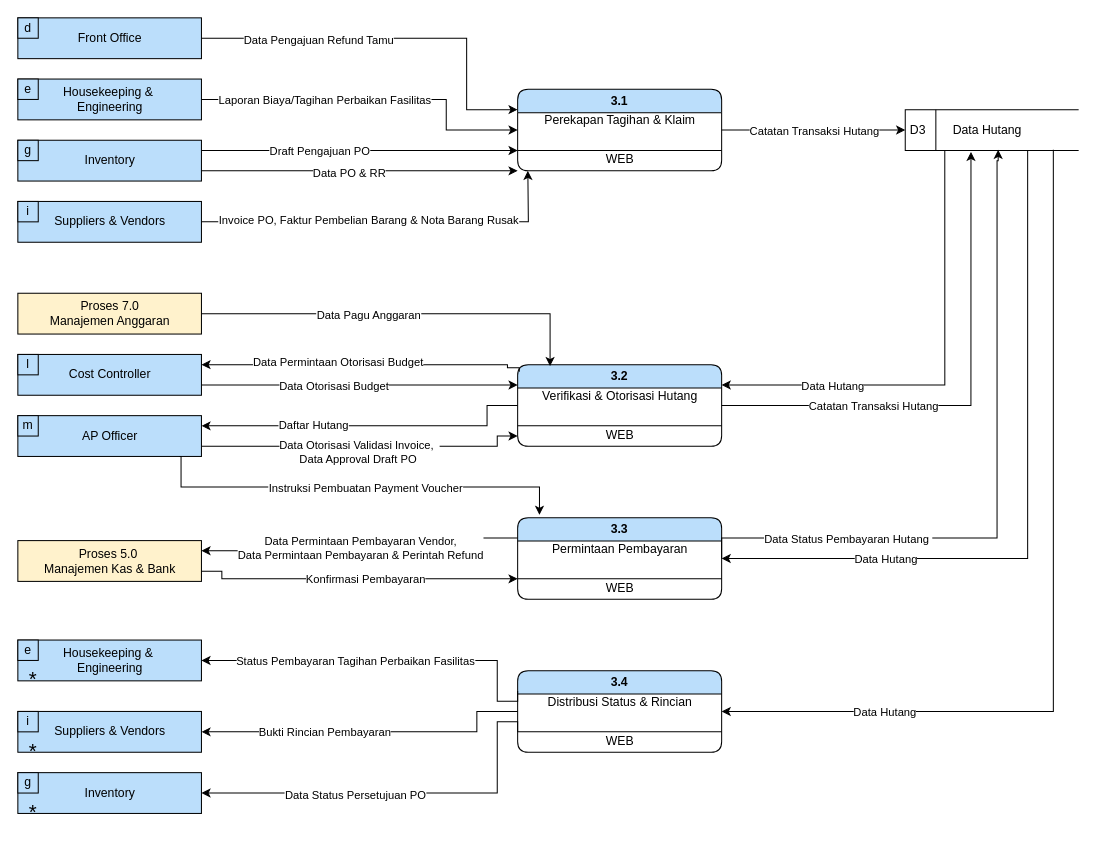
Above: page "DFD LVL 1-Hutang" (13 of 14) of DFD-FINANCE-MARU.drawio in elikawicaksana/BuildIT_BasisData (draw.io), before the change. Source tidied: cells renumbered, new cells numbered last; positions are measured from the earlier drawing's top-left corner, leaving out a move shared by most shapes. Both pictures are drawn from the tidied source at 102%, with x=0, y=0 at pixel (17, 17).
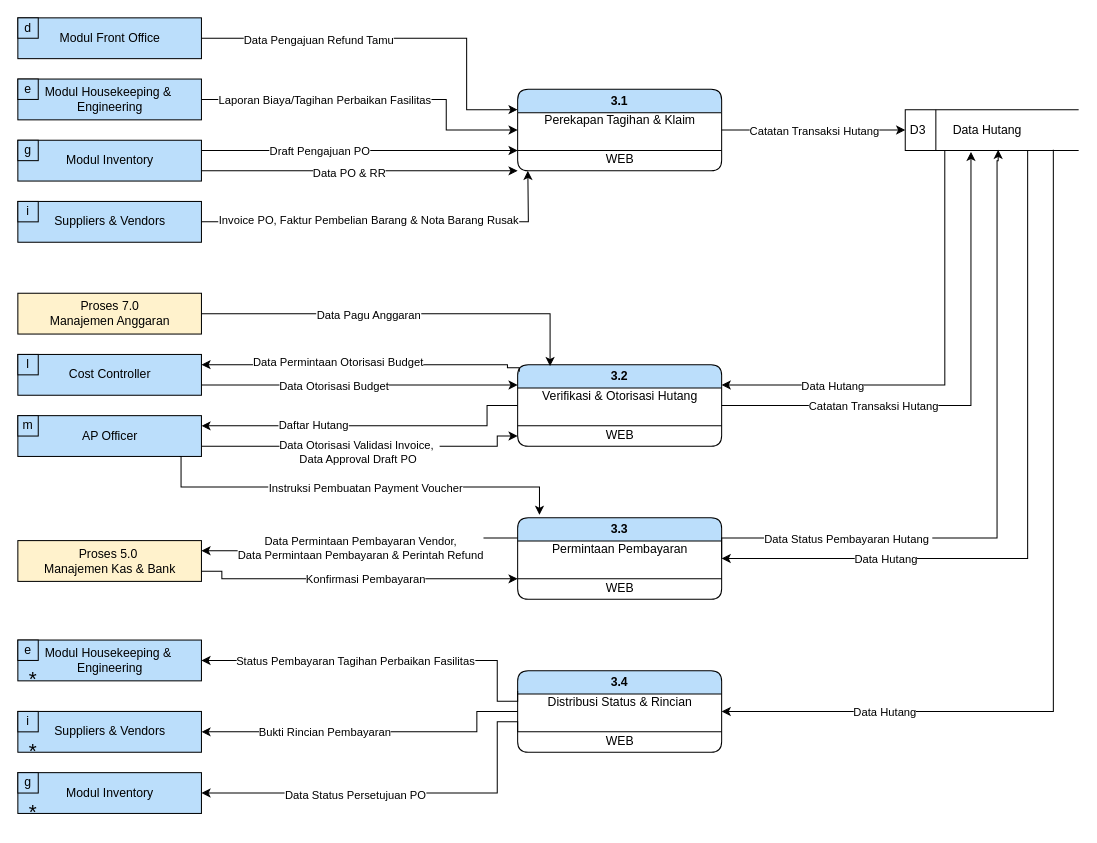
The same page after the edit.

Unchanged cells that the change refers to:
```xml
<mxCell id="22" style="group;" parent="1" vertex="1">
  <mxGeometry x="30" y="120" width="150" height="40" as="geometry" />
</mxCell>
<mxCell id="26" style="group;" parent="1" vertex="1">
  <mxGeometry x="30" width="150" height="40" as="geometry" />
</mxCell>
<mxCell id="30" style="group;" parent="1" vertex="1">
  <mxGeometry x="30" y="60" width="150" height="40" as="geometry" />
</mxCell>
<mxCell id="88" style="group;" parent="1" vertex="1">
  <mxGeometry x="30" y="610" width="150" height="40" as="geometry" />
</mxCell>
<mxCell id="107" style="group;" parent="106" vertex="1">
  <mxGeometry x="30" width="150" height="40" as="geometry" />
</mxCell>
```

Diff of the diagram source:
```diff
@@
-    <mxCell id="24" value="Inventory" style="text;html=1;align=center;verticalAlign=middle;strokeColor=none;fillColor=none;" parent="22" vertex="1">
-      <mxGeometry x="25" y="5" width="70" height="30" as="geometry" />
+    <mxCell id="24" value="Modul Inventory" style="text;html=1;align=center;verticalAlign=middle;strokeColor=none;fillColor=none;" parent="22" vertex="1">
+      <mxGeometry x="5" y="5" width="110" height="30" as="geometry" />
     </mxCell>
@@
-    <mxCell id="28" value="Front Office" style="text;html=1;align=center;verticalAlign=middle;strokeColor=none;fillColor=none;" parent="26" vertex="1">
-      <mxGeometry x="15" y="5" width="90" height="30" as="geometry" />
+    <mxCell id="28" value="Modul Front Office" style="text;html=1;align=center;verticalAlign=middle;strokeColor=none;fillColor=none;" parent="26" vertex="1">
+      <mxGeometry y="5" width="120" height="30" as="geometry" />
     </mxCell>
@@
-    <mxCell id="32" value="Housekeeping &amp;amp;&amp;nbsp;&lt;div&gt;Engineering&lt;/div&gt;" style="text;html=1;align=center;verticalAlign=middle;strokeColor=none;fillColor=none;" parent="30" vertex="1">
-      <mxGeometry x="5" width="110" height="40" as="geometry" />
+    <mxCell id="32" value="Modul Housekeeping &amp;amp;&amp;nbsp;&lt;div&gt;Engineering&lt;/div&gt;" style="text;html=1;align=center;verticalAlign=middle;strokeColor=none;fillColor=none;" parent="30" vertex="1">
+      <mxGeometry x="-15" width="150" height="40" as="geometry" />
     </mxCell>
@@
-    <mxCell id="90" value="Housekeeping &amp;amp;&amp;nbsp;&lt;div&gt;Engineering&lt;/div&gt;" style="text;html=1;align=center;verticalAlign=middle;strokeColor=none;fillColor=none;" parent="88" vertex="1">
-      <mxGeometry x="5" width="110" height="40" as="geometry" />
+    <mxCell id="90" value="Modul Housekeeping &amp;amp;&amp;nbsp;&lt;div&gt;Engineering&lt;/div&gt;" style="text;html=1;align=center;verticalAlign=middle;strokeColor=none;fillColor=none;" parent="88" vertex="1">
+      <mxGeometry x="-15" width="150" height="40" as="geometry" />
     </mxCell>
@@
-    <mxCell id="109" value="Inventory" style="text;html=1;align=center;verticalAlign=middle;strokeColor=none;fillColor=none;" parent="107" vertex="1">
-      <mxGeometry x="25" y="5" width="70" height="30" as="geometry" />
+    <mxCell id="109" value="Modul Inventory" style="text;html=1;align=center;verticalAlign=middle;strokeColor=none;fillColor=none;" parent="107" vertex="1">
+      <mxGeometry x="5" y="5" width="110" height="30" as="geometry" />
     </mxCell>
```
